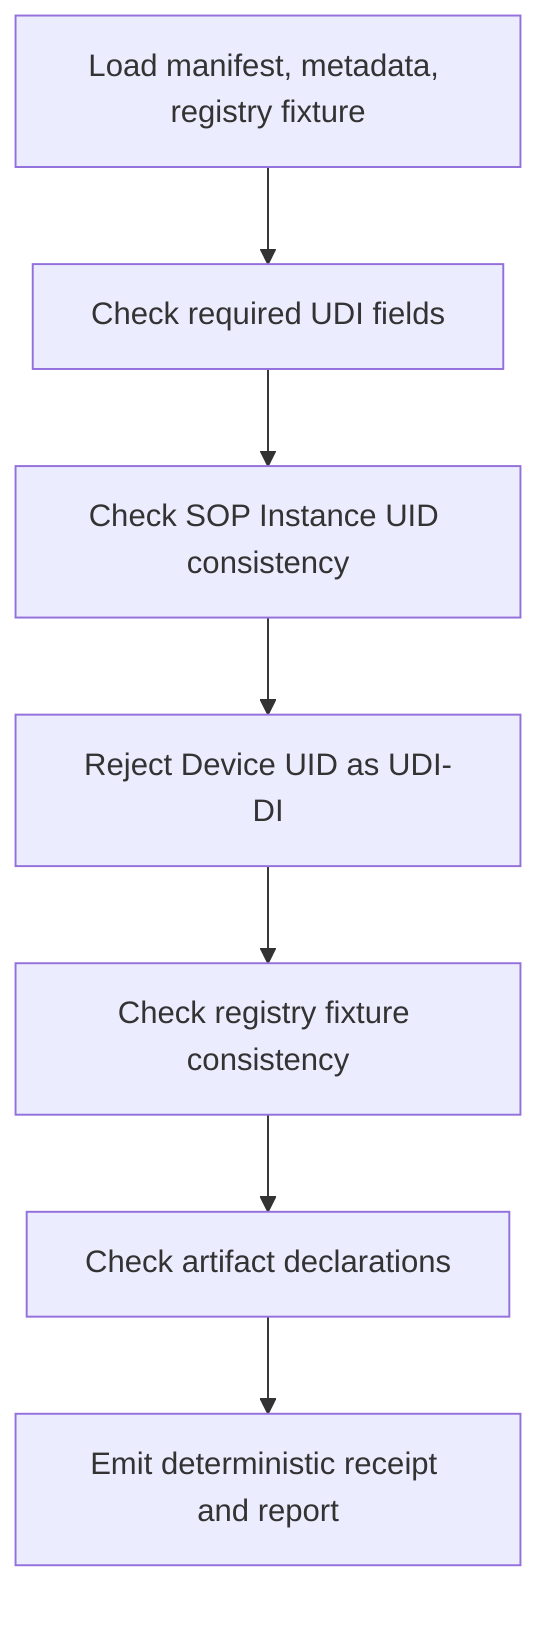
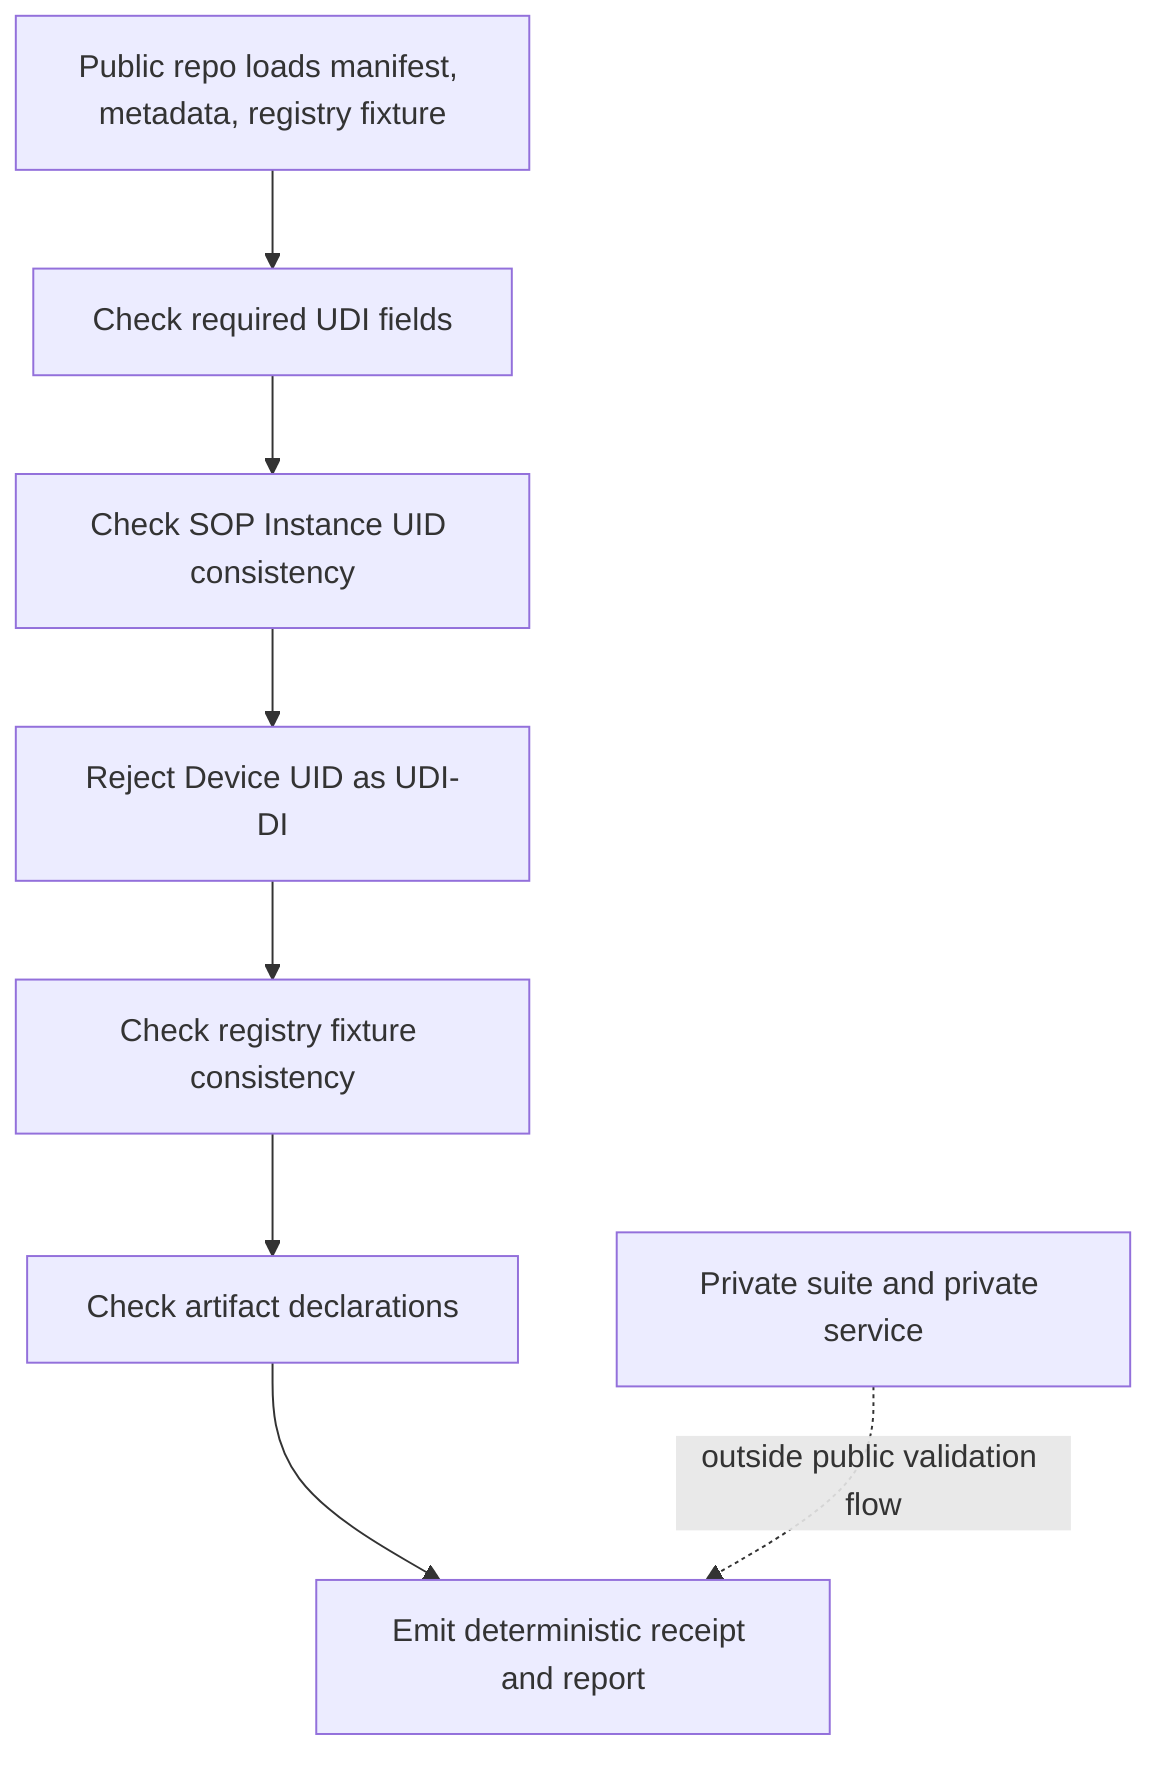
flowchart TD
-   A["Load manifest, metadata, registry fixture"] --> B["Check required UDI fields"]
+   A["Public repo loads manifest, metadata, registry fixture"] --> B["Check required UDI fields"]
  B --> C["Check SOP Instance UID consistency"]
  C --> D["Reject Device UID as UDI-DI"]
  D --> E["Check registry fixture consistency"]
  E --> F["Check artifact declarations"]
  F --> G["Emit deterministic receipt and report"]
- 
+   H["Private suite and private service"] -. "outside public validation flow" .-> G
